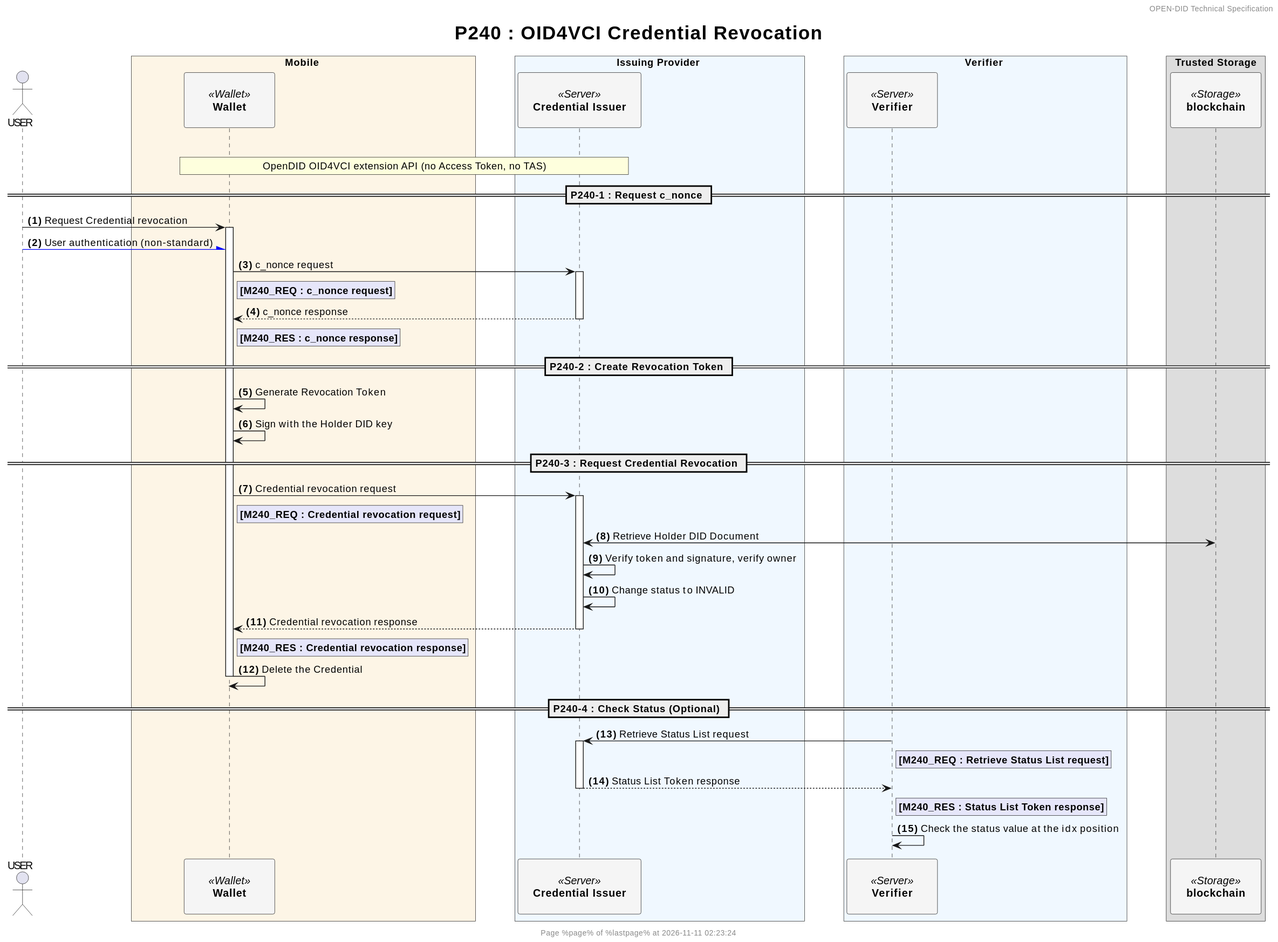
This is docs/sequence/simple/images/P240_oid4vci_revoke_credential_simple.svg from OmniOneID/did-doc-architecture, a PlantUML export, as it was before one commit. The source it was exported from:
```plantuml
@startuml
header OPEN-DID Technical Specification
footer
  	Page %page% of %lastpage% at %date("yyyy-MM-dd hh:mm:ss")
end footer

title
	<size:25>P240 : OID4VCI Credential Revocation</size>
end title

autonumber "<b>(#)</b>"

<style>
participant {
  Padding 20
}
</style>
skinparam BoxPadding 20
skinparam MaxMessageSize 500
skinparam MinClassWidth 80


actor USER

box Mobile #OldLace
    participant "**Wallet**" as WALLET <<Wallet>> #WhiteSmoke
end box

box Issuing Provider #AliceBlue
    participant "**Credential Issuer**" as CI <<Server>> #WhiteSmoke
end box

box Verifier #AliceBlue
    participant "**Verifier**" as VERIFIER <<Server>> #WhiteSmoke
end box

box Trusted Storage
    participant "**blockchain**" as BC <<Storage>> #WhiteSmoke
end box



!$refdoc = "Refer to separate document"
!$doc = "Refer to data specification document"

|||

rnote over WALLET, CI
    OpenDID OID4VCI extension API (no Access Token, no TAS)
end rnote

== P240-1 : Request c_nonce ==
USER -> WALLET: Request Credential revocation
activate WALLET
USER -[#Blue]\ WALLET: User authentication (non-standard)
WALLET -> CI++: c_nonce request
    rnote right of WALLET #Lavender
        **[M240_REQ : c_nonce request]**
    end note
return c_nonce response
rnote right of WALLET #Lavender
    **[M240_RES : c_nonce response]**
end note

== P240-2 : Create Revocation Token ==
WALLET -> WALLET: Generate Revocation Token
WALLET -> WALLET: Sign with the Holder DID key

== P240-3 : Request Credential Revocation ==
WALLET -> CI++: Credential revocation request
    rnote right of WALLET #Lavender
        **[M240_REQ : Credential revocation request]**
    end note
    CI <-> BC: Retrieve Holder DID Document
    CI -> CI: Verify token and signature, verify owner
    CI -> CI: Change status to INVALID
return Credential revocation response
rnote right of WALLET #Lavender
    **[M240_RES : Credential revocation response]**
end note
WALLET -> WALLET: Delete the Credential
deactivate WALLET

== P240-4 : Check Status (Optional) ==
VERIFIER -> CI++: Retrieve Status List request
    rnote right of VERIFIER #Lavender
        **[M240_REQ : Retrieve Status List request]**
    end note
return Status List Token response
rnote right of VERIFIER #Lavender
    **[M240_RES : Status List Token response]**
end note
VERIFIER -> VERIFIER: Check the status value at the idx position
@enduml
```
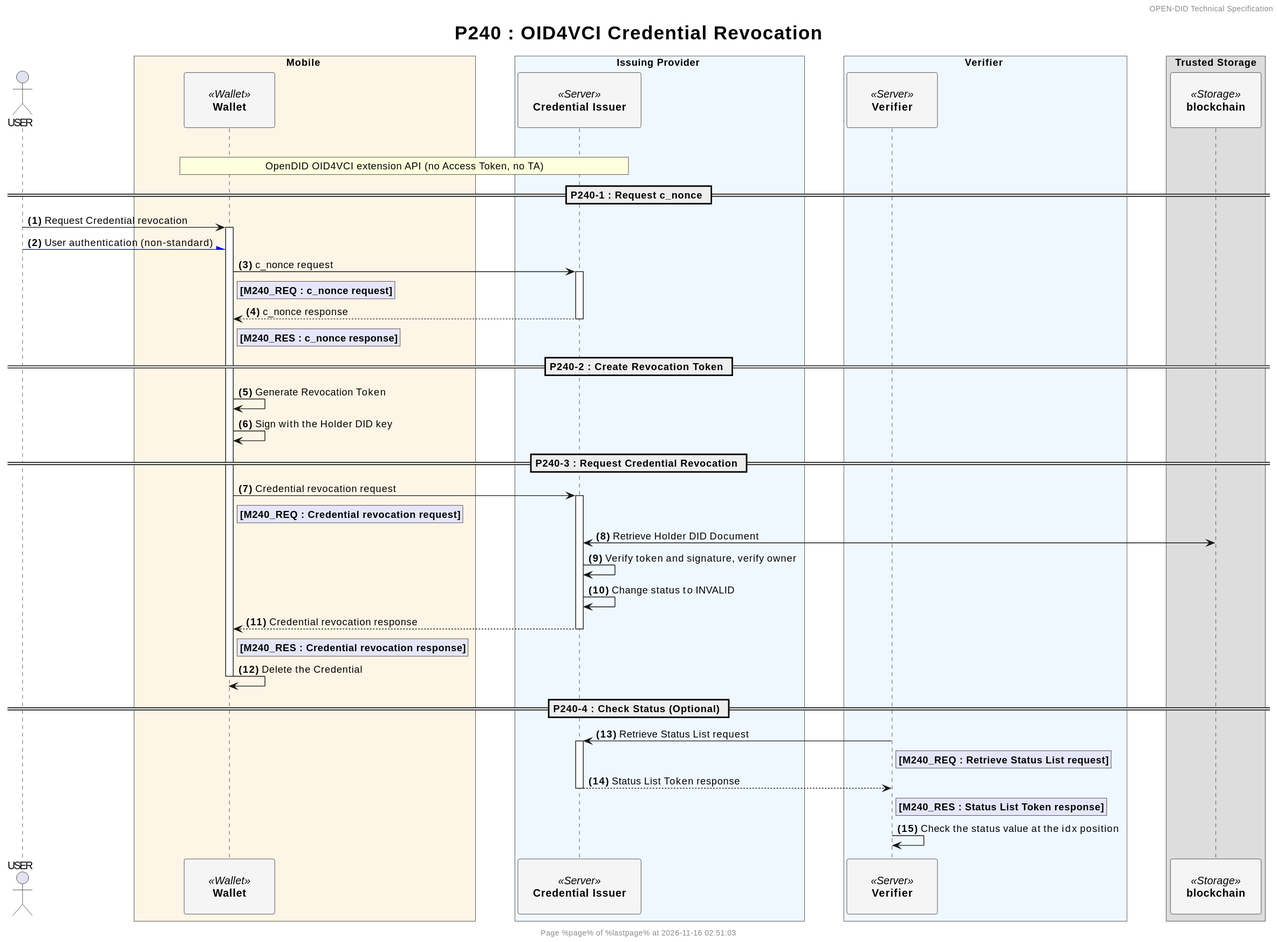
The same diagram one commit later.

What changed in the source:
```diff
@@ -46,7 +46,7 @@
 |||
 
 rnote over WALLET, CI
-    OpenDID OID4VCI extension API (no Access Token, no TAS)
+    OpenDID OID4VCI extension API (no Access Token, no TA)
 end rnote
 
 == P240-1 : Request c_nonce ==
```
